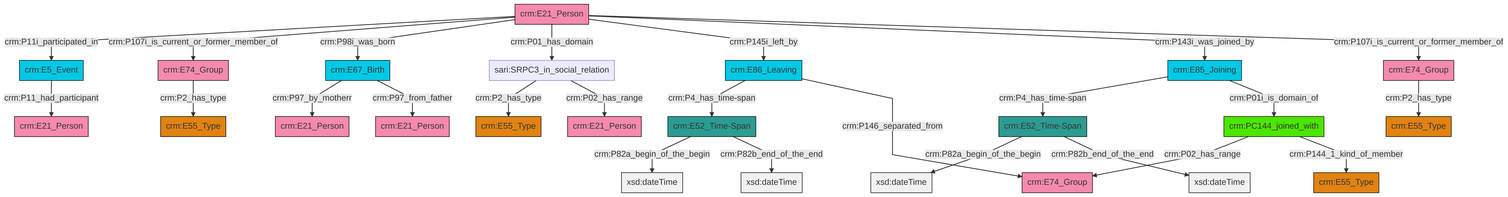
swiss-art-research-net/reference-data-models keeps this Mermaid diagram as et/personCSV/ttl/mmd/png/Person_Actor_Relations.png. Above is the earlier version. Its source is kept beside it as et/personCSV/ttl/mmd/Person_Actor_Relations.ttl.mmd.
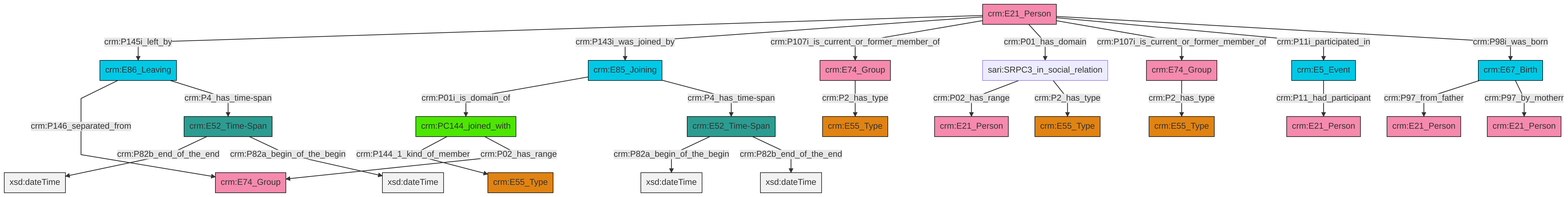
Later version of the same file.

Diff of the diagram source:
```diff
@@ -13,27 +13,27 @@
 classDef PC_Classes fill:#4ce600, stroke:#000000;
 classDef Multi fill:#cccccc,stroke:#000000;
 
-0["crm:E67_Birth"]:::Temporal_Entity -->|crm:P97_by_motherr| 1["crm:E21_Person"]:::Actor
-4["crm:PC144_joined_with"]:::PC_Classes -->|crm:P02_has_range| 5["crm:E74_Group"]:::Actor
-6["crm:E85_Joining"]:::Temporal_Entity -->|crm:P4_has_time-span| 7["crm:E52_Time-Span"]:::Time-Span
-11["crm:E21_Person"]:::Actor -->|crm:P11i_participated_in| 12["crm:E5_Event"]:::Temporal_Entity
-11["crm:E21_Person"]:::Actor -->|crm:P107i_is_current_or_former_member_of| 16["crm:E74_Group"]:::Actor
-17["crm:E74_Group"]:::Actor -->|crm:P2_has_type| 18["crm:E55_Type"]:::Type
-11["crm:E21_Person"]:::Actor -->|crm:P98i_was_born| 0["crm:E67_Birth"]:::Temporal_Entity
-11["crm:E21_Person"]:::Actor -->|crm:P01_has_domain| 8["sari:SRPC3_in_social_relation"]:::Default
-7["crm:E52_Time-Span"]:::Time-Span -->|crm:P82a_begin_of_the_begin| 20[xsd:dateTime]:::Literal
-6["crm:E85_Joining"]:::Temporal_Entity -->|crm:P01i_is_domain_of| 4["crm:PC144_joined_with"]:::PC_Classes
-11["crm:E21_Person"]:::Actor -->|crm:P145i_left_by| 23["crm:E86_Leaving"]:::Temporal_Entity
-0["crm:E67_Birth"]:::Temporal_Entity -->|crm:P97_from_father| 28["crm:E21_Person"]:::Actor
-16["crm:E74_Group"]:::Actor -->|crm:P2_has_type| 26["crm:E55_Type"]:::Type
-23["crm:E86_Leaving"]:::Temporal_Entity -->|crm:P4_has_time-span| 24["crm:E52_Time-Span"]:::Time-Span
-12["crm:E5_Event"]:::Temporal_Entity -->|crm:P11_had_participant| 34["crm:E21_Person"]:::Actor
-11["crm:E21_Person"]:::Actor -->|crm:P143i_was_joined_by| 6["crm:E85_Joining"]:::Temporal_Entity
-7["crm:E52_Time-Span"]:::Time-Span -->|crm:P82b_end_of_the_end| 35[xsd:dateTime]:::Literal
-24["crm:E52_Time-Span"]:::Time-Span -->|crm:P82a_begin_of_the_begin| 38[xsd:dateTime]:::Literal
-23["crm:E86_Leaving"]:::Temporal_Entity -->|crm:P146_separated_from| 5["crm:E74_Group"]:::Actor
-24["crm:E52_Time-Span"]:::Time-Span -->|crm:P82b_end_of_the_end| 43[xsd:dateTime]:::Literal
-11["crm:E21_Person"]:::Actor -->|crm:P107i_is_current_or_former_member_of| 17["crm:E74_Group"]:::Actor
-4["crm:PC144_joined_with"]:::PC_Classes -->|crm:P144_1_kind_of_member| 13["crm:E55_Type"]:::Type
-8["sari:SRPC3_in_social_relation"]:::Default -->|crm:P2_has_type| 21["crm:E55_Type"]:::Type
-8["sari:SRPC3_in_social_relation"]:::Default -->|crm:P02_has_range| 2["crm:E21_Person"]:::Actor
+0["crm:E74_Group"]:::Actor -->|crm:P2_has_type| 1["crm:E55_Type"]:::Type
+6["crm:E52_Time-Span"]:::Time-Span -->|crm:P82a_begin_of_the_begin| 7[xsd:dateTime]:::Literal
+15["sari:SRPC3_in_social_relation"]:::Default -->|crm:P02_has_range| 16["crm:E21_Person"]:::Actor
+15["sari:SRPC3_in_social_relation"]:::Default -->|crm:P2_has_type| 17["crm:E55_Type"]:::Type
+18["crm:E21_Person"]:::Actor -->|crm:P145i_left_by| 19["crm:E86_Leaving"]:::Temporal_Entity
+2["crm:E85_Joining"]:::Temporal_Entity -->|crm:P01i_is_domain_of| 20["crm:PC144_joined_with"]:::PC_Classes
+8["crm:E67_Birth"]:::Temporal_Entity -->|crm:P97_from_father| 21["crm:E21_Person"]:::Actor
+11["crm:E52_Time-Span"]:::Time-Span -->|crm:P82b_end_of_the_end| 25[xsd:dateTime]:::Literal
+18["crm:E21_Person"]:::Actor -->|crm:P143i_was_joined_by| 2["crm:E85_Joining"]:::Temporal_Entity
+20["crm:PC144_joined_with"]:::PC_Classes -->|crm:P144_1_kind_of_member| 13["crm:E55_Type"]:::Type
+18["crm:E21_Person"]:::Actor -->|crm:P107i_is_current_or_former_member_of| 27["crm:E74_Group"]:::Actor
+18["crm:E21_Person"]:::Actor -->|crm:P01_has_domain| 15["sari:SRPC3_in_social_relation"]:::Default
+18["crm:E21_Person"]:::Actor -->|crm:P107i_is_current_or_former_member_of| 0["crm:E74_Group"]:::Actor
+2["crm:E85_Joining"]:::Temporal_Entity -->|crm:P4_has_time-span| 6["crm:E52_Time-Span"]:::Time-Span
+34["crm:E5_Event"]:::Temporal_Entity -->|crm:P11_had_participant| 35["crm:E21_Person"]:::Actor
+18["crm:E21_Person"]:::Actor -->|crm:P11i_participated_in| 34["crm:E5_Event"]:::Temporal_Entity
+8["crm:E67_Birth"]:::Temporal_Entity -->|crm:P97_by_motherr| 40["crm:E21_Person"]:::Actor
+19["crm:E86_Leaving"]:::Temporal_Entity -->|crm:P146_separated_from| 30["crm:E74_Group"]:::Actor
+6["crm:E52_Time-Span"]:::Time-Span -->|crm:P82b_end_of_the_end| 42[xsd:dateTime]:::Literal
+20["crm:PC144_joined_with"]:::PC_Classes -->|crm:P02_has_range| 30["crm:E74_Group"]:::Actor
+27["crm:E74_Group"]:::Actor -->|crm:P2_has_type| 4["crm:E55_Type"]:::Type
+18["crm:E21_Person"]:::Actor -->|crm:P98i_was_born| 8["crm:E67_Birth"]:::Temporal_Entity
+19["crm:E86_Leaving"]:::Temporal_Entity -->|crm:P4_has_time-span| 11["crm:E52_Time-Span"]:::Time-Span
+11["crm:E52_Time-Span"]:::Time-Span -->|crm:P82a_begin_of_the_begin| 46[xsd:dateTime]:::Literal
```
